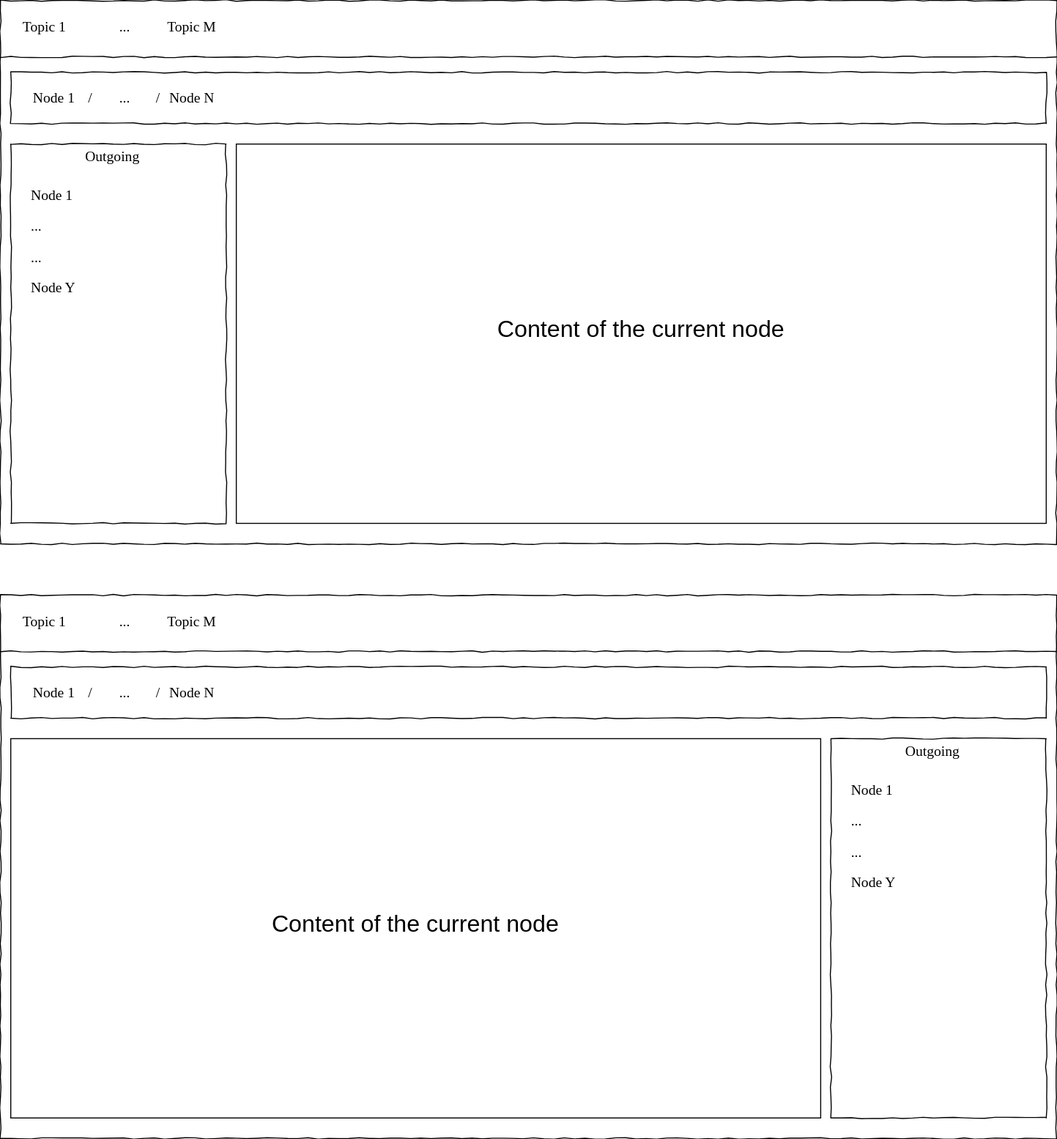
AlexanderLapygin/dags keeps this draw.io diagram as packages/app/dag-browser/doc/diagrams/tree-wf-full.svg. Above is the earlier version. Source tidied: cells renumbered, new cells last; positions are measured from the earlier drawing's top-left corner, leaving out a move shared by most shapes.
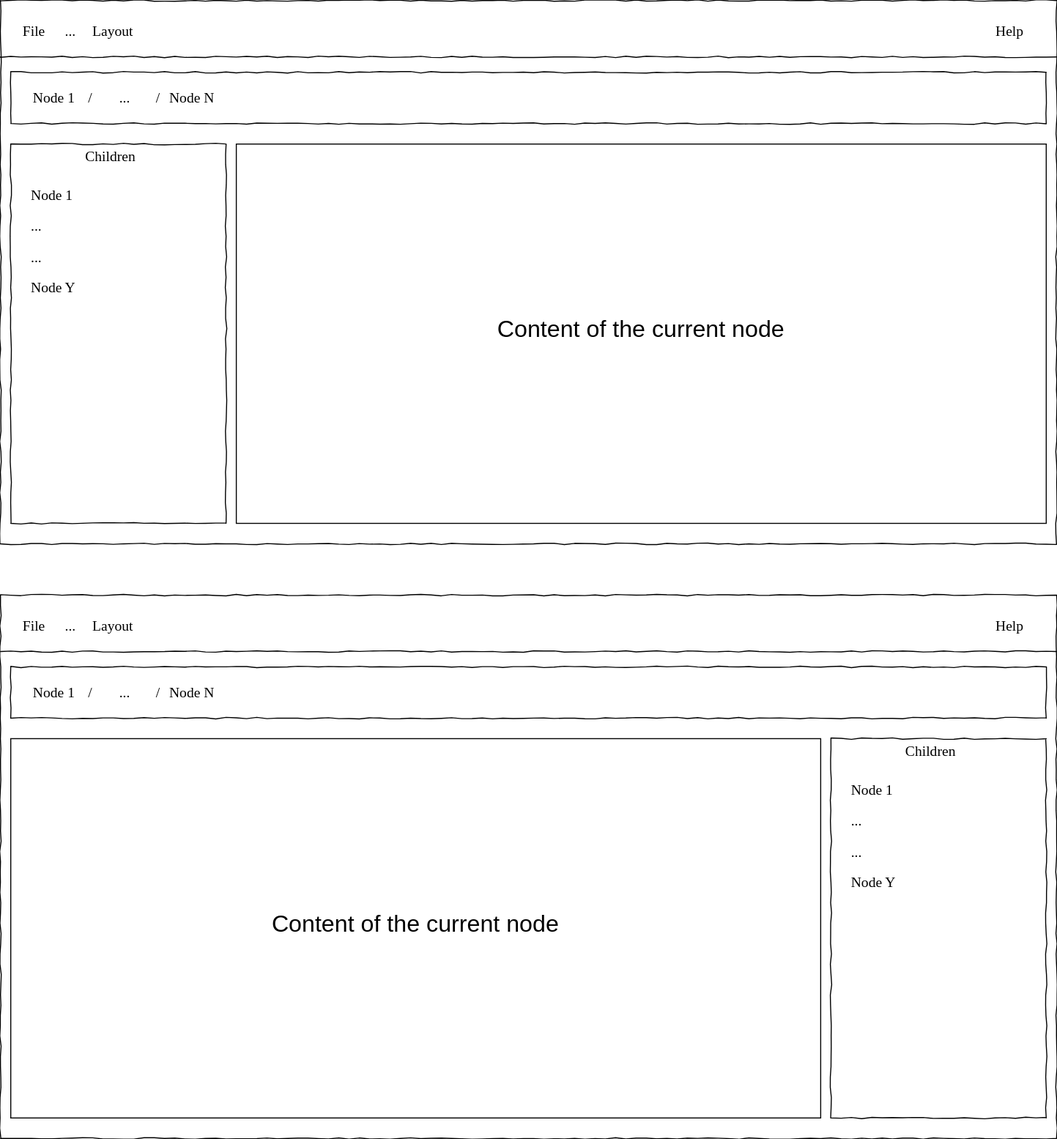
The same file after the commit.

Diff of the diagram source:
```diff
@@ -5,15 +5,6 @@
     <mxCell id="2" style="whiteSpace=wrap;html=1;rounded=0;shadow=0;labelBackgroundColor=none;strokeColor=#000000;strokeWidth=1;fillColor=none;fontFamily=Verdana;fontSize=12;fontColor=#000000;align=center;comic=1;" parent="1" vertex="1">
       <mxGeometry width="1030" height="530" as="geometry" />
     </mxCell>
-    <mxCell id="3" value="Topic 1" style="text;html=1;align=left;verticalAlign=top;spacingTop=-4;fontSize=14;fontFamily=Verdana;" parent="1" vertex="1">
-      <mxGeometry x="20" y="16" width="60" height="20" as="geometry" />
-    </mxCell>
-    <mxCell id="4" value="..." style="text;html=1;align=center;verticalAlign=top;spacingTop=-4;fontSize=14;fontFamily=Verdana;" parent="1" vertex="1">
-      <mxGeometry x="91" y="16" width="60" height="20" as="geometry" />
-    </mxCell>
-    <mxCell id="5" value="Topic M" style="text;html=1;align=left;verticalAlign=top;spacingTop=-4;fontSize=14;fontFamily=Verdana;" parent="1" vertex="1">
-      <mxGeometry x="161" y="16" width="60" height="20" as="geometry" />
-    </mxCell>
     <mxCell id="6" style="line;strokeWidth=1;html=1;rounded=0;shadow=0;labelBackgroundColor=none;fillColor=none;fontFamily=Verdana;fontSize=14;fontColor=#000000;align=center;comic=1;" parent="1" vertex="1">
       <mxGeometry y="50" width="1030" height="10" as="geometry" />
     </mxCell>
@@ -32,7 +23,7 @@
     <mxCell id="11" style="whiteSpace=wrap;html=1;rounded=0;shadow=0;labelBackgroundColor=none;strokeWidth=1;fillColor=none;fontFamily=Verdana;fontSize=12;align=center;comic=1;" parent="10" vertex="1">
       <mxGeometry width="210" height="370" as="geometry" />
     </mxCell>
-    <mxCell id="12" value="Outgoing" style="text;html=1;align=left;verticalAlign=top;spacingTop=-4;fontSize=14;fontFamily=Verdana;" parent="10" vertex="1">
+    <mxCell id="12" value="Children" style="text;html=1;align=left;verticalAlign=top;spacingTop=-4;fontSize=14;fontFamily=Verdana;" parent="10" vertex="1">
       <mxGeometry x="70.8" y="1.9" width="68.5" height="17.4" as="geometry" />
     </mxCell>
     <mxCell id="13" value="Node 1" style="text;html=1;align=left;verticalAlign=top;spacingTop=-4;fontSize=14;fontFamily=Verdana;" parent="10" vertex="1">
@@ -59,15 +50,6 @@
     <mxCell id="20" style="whiteSpace=wrap;html=1;rounded=0;shadow=0;labelBackgroundColor=none;strokeColor=#000000;strokeWidth=1;fillColor=none;fontFamily=Verdana;fontSize=12;fontColor=#000000;align=center;comic=1;" parent="1" vertex="1">
       <mxGeometry y="580" width="1030" height="530" as="geometry" />
     </mxCell>
-    <mxCell id="21" value="Topic 1" style="text;html=1;align=left;verticalAlign=top;spacingTop=-4;fontSize=14;fontFamily=Verdana;" parent="1" vertex="1">
-      <mxGeometry x="20" y="596" width="60" height="20" as="geometry" />
-    </mxCell>
-    <mxCell id="22" value="..." style="text;html=1;align=center;verticalAlign=top;spacingTop=-4;fontSize=14;fontFamily=Verdana;" parent="1" vertex="1">
-      <mxGeometry x="91" y="596" width="60" height="20" as="geometry" />
-    </mxCell>
-    <mxCell id="23" value="Topic M" style="text;html=1;align=left;verticalAlign=top;spacingTop=-4;fontSize=14;fontFamily=Verdana;" parent="1" vertex="1">
-      <mxGeometry x="161" y="596" width="60" height="20" as="geometry" />
-    </mxCell>
     <mxCell id="24" style="line;strokeWidth=1;html=1;rounded=0;shadow=0;labelBackgroundColor=none;fillColor=none;fontFamily=Verdana;fontSize=14;fontColor=#000000;align=center;comic=1;" parent="1" vertex="1">
       <mxGeometry y="630" width="1030" height="10" as="geometry" />
     </mxCell>
@@ -98,7 +80,7 @@
     <mxCell id="33" style="whiteSpace=wrap;html=1;rounded=0;shadow=0;labelBackgroundColor=none;strokeWidth=1;fillColor=none;fontFamily=Verdana;fontSize=12;align=center;comic=1;" parent="32" vertex="1">
       <mxGeometry width="210" height="370" as="geometry" />
     </mxCell>
-    <mxCell id="34" value="Outgoing" style="text;html=1;align=left;verticalAlign=top;spacingTop=-4;fontSize=14;fontFamily=Verdana;" parent="32" vertex="1">
+    <mxCell id="34" value="Children" style="text;html=1;align=left;verticalAlign=top;spacingTop=-4;fontSize=14;fontFamily=Verdana;" parent="32" vertex="1">
       <mxGeometry x="70.8" y="1.9" width="68.5" height="17.4" as="geometry" />
     </mxCell>
     <mxCell id="35" value="Node 1" style="text;html=1;align=left;verticalAlign=top;spacingTop=-4;fontSize=14;fontFamily=Verdana;" parent="32" vertex="1">
@@ -116,5 +98,41 @@
     <mxCell id="39" value="&lt;font style=&quot;font-size: 23px&quot;&gt;&lt;br&gt;&lt;br&gt;&lt;br&gt;&lt;br&gt;&lt;br&gt;&lt;br&gt;Сontent of the current node&lt;/font&gt;" style="text;spacingTop=-5;whiteSpace=wrap;html=1;align=center;fontSize=12;fontFamily=Helvetica;fillColor=none;strokeColor=#000000;" parent="1" vertex="1">
       <mxGeometry x="10" y="720" width="790" height="370" as="geometry" />
     </mxCell>
+    <mxCell id="40" style="group;" parent="1" vertex="1">
+      <mxGeometry x="20" y="20" width="989" height="20" as="geometry" />
+    </mxCell>
+    <mxCell id="41" style="group;" parent="40" vertex="1">
+      <mxGeometry width="186" height="20" as="geometry" />
+    </mxCell>
+    <mxCell id="42" value="File" style="text;html=1;align=left;verticalAlign=top;spacingTop=-4;fontSize=14;fontFamily=Verdana;" parent="41" vertex="1">
+      <mxGeometry width="30" height="20" as="geometry" />
+    </mxCell>
+    <mxCell id="43" value="..." style="text;html=1;align=center;verticalAlign=top;spacingTop=-4;fontSize=14;fontFamily=Verdana;" parent="41" vertex="1">
+      <mxGeometry x="34" width="28" height="20" as="geometry" />
+    </mxCell>
+    <mxCell id="44" value="Layout" style="text;html=1;align=left;verticalAlign=top;spacingTop=-4;fontSize=14;fontFamily=Verdana;" parent="41" vertex="1">
+      <mxGeometry x="68" width="60" height="20" as="geometry" />
+    </mxCell>
+    <mxCell id="45" value="Help" style="text;html=1;align=left;verticalAlign=top;spacingTop=-4;fontSize=14;fontFamily=Verdana;" parent="40" vertex="1">
+      <mxGeometry x="949" width="40" height="20" as="geometry" />
+    </mxCell>
+    <mxCell id="46" style="group;" parent="1" vertex="1">
+      <mxGeometry x="20" y="600" width="989" height="20" as="geometry" />
+    </mxCell>
+    <mxCell id="47" style="group;" parent="46" vertex="1">
+      <mxGeometry width="186" height="20" as="geometry" />
+    </mxCell>
+    <mxCell id="48" value="File" style="text;html=1;align=left;verticalAlign=top;spacingTop=-4;fontSize=14;fontFamily=Verdana;" parent="47" vertex="1">
+      <mxGeometry width="30" height="20" as="geometry" />
+    </mxCell>
+    <mxCell id="49" value="..." style="text;html=1;align=center;verticalAlign=top;spacingTop=-4;fontSize=14;fontFamily=Verdana;" parent="47" vertex="1">
+      <mxGeometry x="34" width="28" height="20" as="geometry" />
+    </mxCell>
+    <mxCell id="50" value="Layout" style="text;html=1;align=left;verticalAlign=top;spacingTop=-4;fontSize=14;fontFamily=Verdana;" parent="47" vertex="1">
+      <mxGeometry x="68" width="60" height="20" as="geometry" />
+    </mxCell>
+    <mxCell id="51" value="Help" style="text;html=1;align=left;verticalAlign=top;spacingTop=-4;fontSize=14;fontFamily=Verdana;" parent="46" vertex="1">
+      <mxGeometry x="949" width="40" height="20" as="geometry" />
+    </mxCell>
   </root>
 </mxGraphModel>
```
